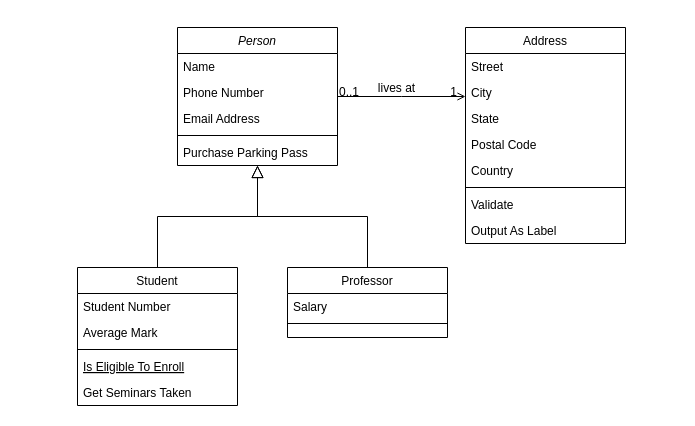
Sherzodbek1717/WIUT keeps this draw.io diagram as UML CLASS.drawio. Above is the earlier version. Source tidied: cells renumbered, new cells numbered last; positions are measured from the earlier drawing's top-left corner, leaving out a move shared by most shapes. Both pictures are drawn from the tidied source at 100%, with x=0, y=0 at pixel (77, 27).
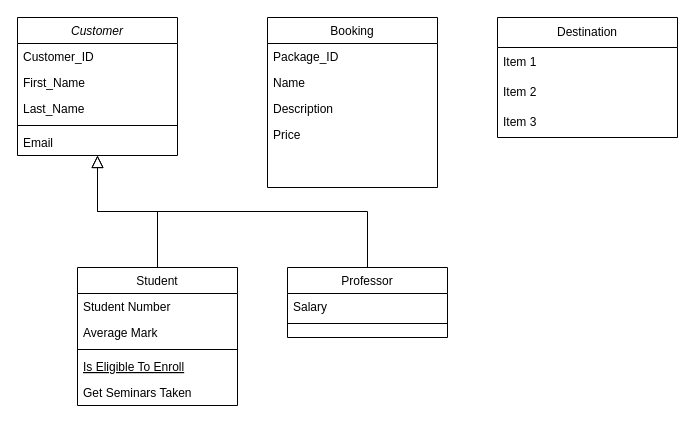
After the change.

The edit, as a diff of the source:
```diff
@@
-    <mxCell id="2" value="Person" style="swimlane;fontStyle=2;align=center;verticalAlign=top;horizontal=1;startSize=26;rounded=0;shadow=0;strokeWidth=1;" parent="1" vertex="1">
-      <mxGeometry x="100" width="160" height="138" as="geometry" />
+    <mxCell id="2" value="Customer" style="swimlane;fontStyle=2;align=center;verticalAlign=top;horizontal=1;startSize=26;rounded=0;shadow=0;strokeWidth=1;" parent="1" vertex="1">
+      <mxGeometry x="-60" y="-10" width="160" height="138" as="geometry" />
     </mxCell>
-    <mxCell id="3" value="Name" style="text;align=left;verticalAlign=top;spacingLeft=4;spacingRight=4;overflow=hidden;" parent="2" vertex="1">
+    <mxCell id="3" value="Customer_ID" style="text;align=left;verticalAlign=top;spacingLeft=4;spacingRight=4;overflow=hidden;" parent="2" vertex="1">
       <mxGeometry y="26" width="160" height="26" as="geometry" />
     </mxCell>
-    <mxCell id="4" value="Phone Number" style="text;align=left;verticalAlign=top;spacingLeft=4;spacingRight=4;overflow=hidden;rounded=0;shadow=0;html=0;" parent="2" vertex="1">
+    <mxCell id="4" value="First_Name" style="text;align=left;verticalAlign=top;spacingLeft=4;spacingRight=4;overflow=hidden;rounded=0;shadow=0;html=0;" parent="2" vertex="1">
       <mxGeometry y="52" width="160" height="26" as="geometry" />
     </mxCell>
-    <mxCell id="5" value="Email Address" style="text;align=left;verticalAlign=top;spacingLeft=4;spacingRight=4;overflow=hidden;rounded=0;shadow=0;html=0;" parent="2" vertex="1">
+    <mxCell id="5" value="Last_Name" style="text;align=left;verticalAlign=top;spacingLeft=4;spacingRight=4;overflow=hidden;rounded=0;shadow=0;html=0;" parent="2" vertex="1">
       <mxGeometry y="78" width="160" height="26" as="geometry" />
     </mxCell>
@@
-    <mxCell id="7" value="Purchase Parking Pass" style="text;align=left;verticalAlign=top;spacingLeft=4;spacingRight=4;overflow=hidden;" parent="2" vertex="1">
+    <mxCell id="7" value="Email" style="text;align=left;verticalAlign=top;spacingLeft=4;spacingRight=4;overflow=hidden;" parent="2" vertex="1">
       <mxGeometry y="112" width="160" height="26" as="geometry" />
     </mxCell>
@@
-    <mxCell id="19" value="Address" style="swimlane;fontStyle=0;align=center;verticalAlign=top;horizontal=1;startSize=26;rounded=0;shadow=0;strokeWidth=1;" parent="1" vertex="1">
-      <mxGeometry x="388" width="160" height="216" as="geometry" />
+    <mxCell id="19" value="Booking" style="swimlane;fontStyle=0;align=center;verticalAlign=top;horizontal=1;startSize=26;rounded=0;shadow=0;strokeWidth=1;" parent="1" vertex="1">
+      <mxGeometry x="190" y="-10" width="170" height="170" as="geometry" />
     </mxCell>
-    <mxCell id="20" value="Street" style="text;align=left;verticalAlign=top;spacingLeft=4;spacingRight=4;overflow=hidden;" parent="19" vertex="1">
-      <mxGeometry y="26" width="160" height="26" as="geometry" />
+    <mxCell id="20" value="Package_ID" style="text;align=left;verticalAlign=top;spacingLeft=4;spacingRight=4;overflow=hidden;" parent="19" vertex="1">
+      <mxGeometry y="26" width="170" height="26" as="geometry" />
     </mxCell>
-    <mxCell id="21" value="City" style="text;align=left;verticalAlign=top;spacingLeft=4;spacingRight=4;overflow=hidden;rounded=0;shadow=0;html=0;" parent="19" vertex="1">
-      <mxGeometry y="52" width="160" height="26" as="geometry" />
+    <mxCell id="21" value="Name" style="text;align=left;verticalAlign=top;spacingLeft=4;spacingRight=4;overflow=hidden;rounded=0;shadow=0;html=0;" parent="19" vertex="1">
+      <mxGeometry y="52" width="170" height="26" as="geometry" />
     </mxCell>
-    <mxCell id="22" value="State" style="text;align=left;verticalAlign=top;spacingLeft=4;spacingRight=4;overflow=hidden;rounded=0;shadow=0;html=0;" parent="19" vertex="1">
-      <mxGeometry y="78" width="160" height="26" as="geometry" />
+    <mxCell id="22" value="Description" style="text;align=left;verticalAlign=top;spacingLeft=4;spacingRight=4;overflow=hidden;rounded=0;shadow=0;html=0;" parent="19" vertex="1">
+      <mxGeometry y="78" width="170" height="26" as="geometry" />
     </mxCell>
-    <mxCell id="23" value="Postal Code" style="text;align=left;verticalAlign=top;spacingLeft=4;spacingRight=4;overflow=hidden;rounded=0;shadow=0;html=0;" parent="19" vertex="1">
-      <mxGeometry y="104" width="160" height="26" as="geometry" />
+    <mxCell id="23" value="Price" style="text;align=left;verticalAlign=top;spacingLeft=4;spacingRight=4;overflow=hidden;rounded=0;shadow=0;html=0;" parent="19" vertex="1">
+      <mxGeometry y="104" width="170" height="26" as="geometry" />
     </mxCell>
-    <mxCell id="24" value="Country" style="text;align=left;verticalAlign=top;spacingLeft=4;spacingRight=4;overflow=hidden;rounded=0;shadow=0;html=0;" parent="19" vertex="1">
-      <mxGeometry y="130" width="160" height="26" as="geometry" />
-    </mxCell>
-    <mxCell id="25" style="line;html=1;strokeWidth=1;align=left;verticalAlign=middle;spacingTop=-1;spacingLeft=3;spacingRight=3;labelPosition=right;" parent="19" vertex="1">
-      <mxGeometry y="156" width="160" height="8" as="geometry" />
-    </mxCell>
-    <mxCell id="26" value="Validate" style="text;align=left;verticalAlign=top;spacingLeft=4;spacingRight=4;overflow=hidden;" parent="19" vertex="1">
-      <mxGeometry y="164" width="160" height="26" as="geometry" />
-    </mxCell>
-    <mxCell id="27" value="Output As Label" style="text;align=left;verticalAlign=top;spacingLeft=4;spacingRight=4;overflow=hidden;" parent="19" vertex="1">
-      <mxGeometry y="190" width="160" height="26" as="geometry" />
-    </mxCell>
-    <mxCell id="28" style="endArrow=open;shadow=0;strokeWidth=1;rounded=0;endFill=1;edgeStyle=elbowEdgeStyle;elbow=vertical;" parent="1" edge="1" source="2" target="19">
-      <mxGeometry x="0.5" y="41" relative="1" as="geometry">
-        <mxPoint x="-40" y="32" as="offset" />
-      </mxGeometry>
-    </mxCell>
-    <mxCell id="29" value="0..1" style="align=left;verticalAlign=bottom;labelBackgroundColor=none;fontSize=12;" parent="28" vertex="1">
-      <mxGeometry x="-1" relative="1" as="geometry">
-        <mxPoint y="4" as="offset" />
-      </mxGeometry>
-    </mxCell>
-    <mxCell id="30" value="1" style="align=right;verticalAlign=bottom;labelBackgroundColor=none;fontSize=12;" parent="28" vertex="1">
-      <mxGeometry x="1" relative="1" as="geometry">
-        <mxPoint x="-7" y="4" as="offset" />
-      </mxGeometry>
-    </mxCell>
-    <mxCell id="31" value="lives at" style="text;html=1;align=center;verticalAlign=middle;labelBackgroundColor=none;rounded=0;shadow=0;strokeWidth=1;fontSize=12;" parent="28" vertex="1">
-      <mxGeometry x="0.5" y="49" relative="1" as="geometry">
-        <mxPoint x="-38" y="40" as="offset" />
-      </mxGeometry>
-    </mxCell>
+    <mxCell id="32" value="Destination" style="swimlane;fontStyle=0;horizontal=1;startSize=30;whiteSpace=wrap;html=1;" parent="1" vertex="1">
+      <mxGeometry x="420" y="-10" width="180" height="120" as="geometry" />
+    </mxCell>
+    <mxCell id="33" value="Item 1" style="text;strokeColor=none;fillColor=none;align=left;verticalAlign=middle;spacingLeft=4;spacingRight=4;overflow=hidden;whiteSpace=wrap;html=1;" parent="32" vertex="1">
+      <mxGeometry y="30" width="180" height="30" as="geometry" />
+    </mxCell>
+    <mxCell id="34" value="Item 2" style="text;strokeColor=none;fillColor=none;align=left;verticalAlign=middle;spacingLeft=4;spacingRight=4;overflow=hidden;whiteSpace=wrap;html=1;" parent="32" vertex="1">
+      <mxGeometry y="60" width="180" height="30" as="geometry" />
+    </mxCell>
+    <mxCell id="35" value="Item 3" style="text;strokeColor=none;fillColor=none;align=left;verticalAlign=middle;spacingLeft=4;spacingRight=4;overflow=hidden;whiteSpace=wrap;html=1;" parent="32" vertex="1">
+      <mxGeometry y="90" width="180" height="30" as="geometry" />
+    </mxCell>
```
